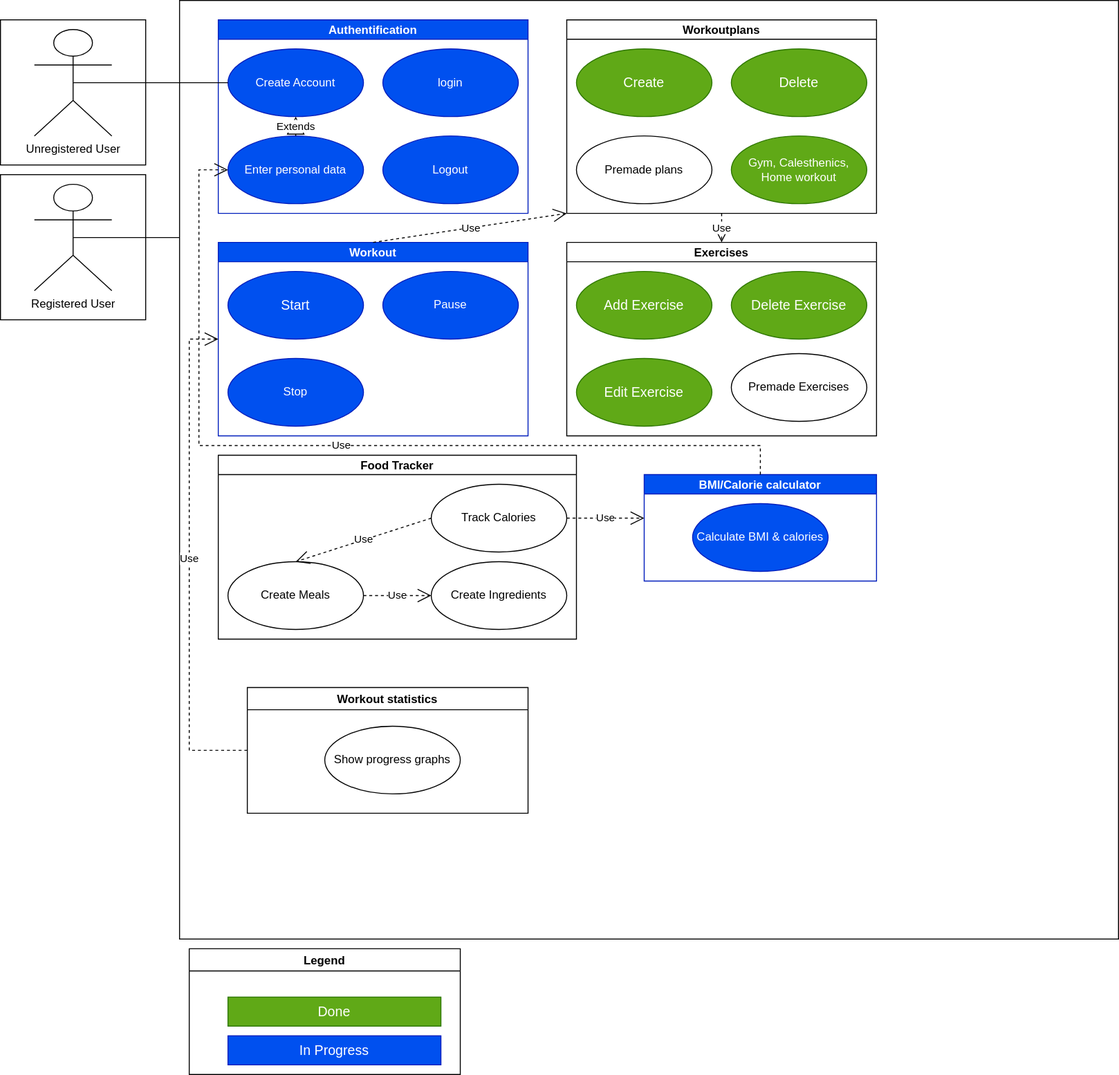
The draw.io diagram UseCases/Overall_Use_Case_Diagram.drawio.svg in willizielke/FitnessWebAppDocumentation, before a commit. Source tidied: cells renumbered, new cells last; positions are measured from the earlier drawing's top-left corner, leaving out a move shared by most shapes.
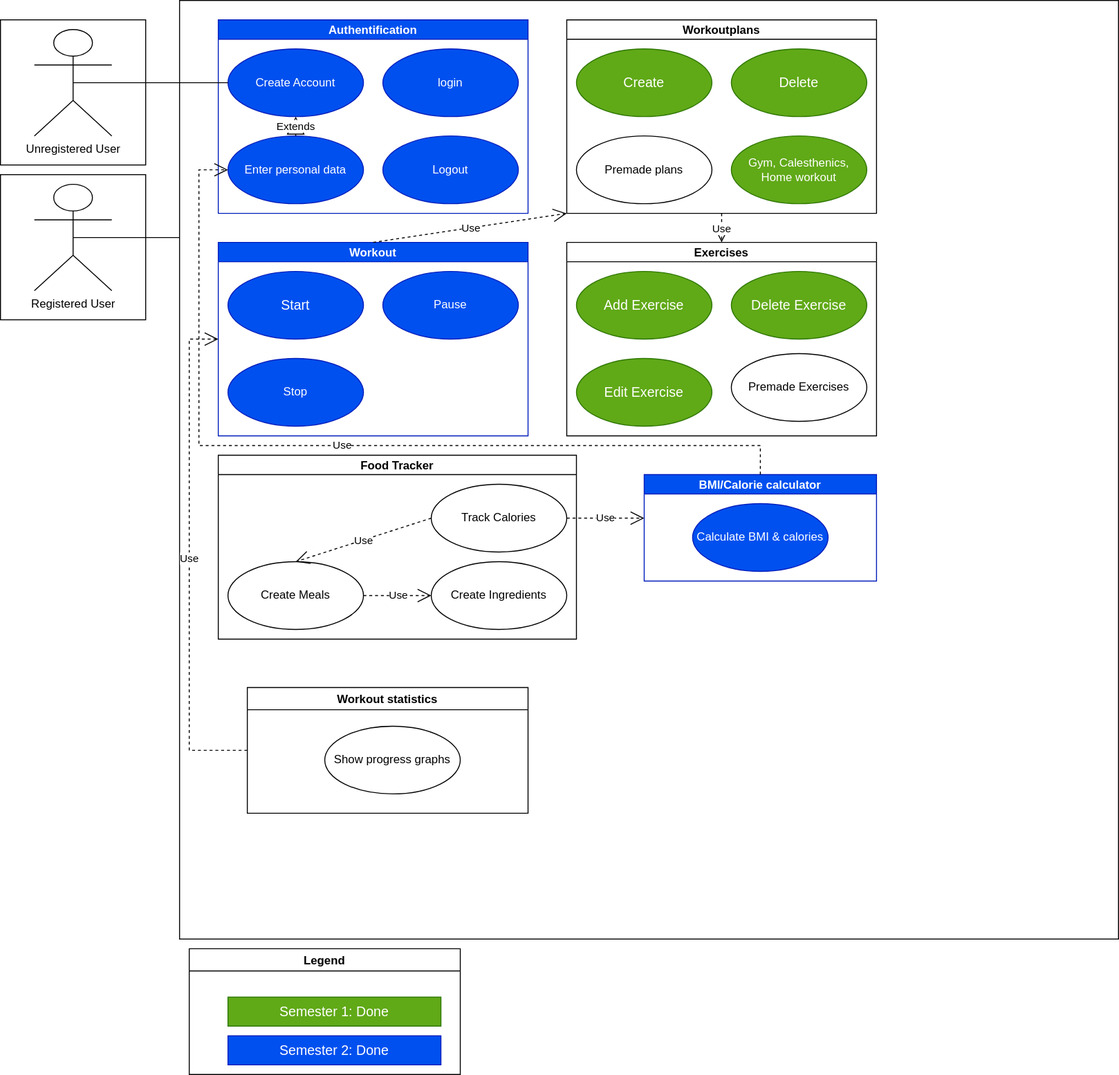
Later version of the same file.

Commit message:
OUCD and XLSX Time Spent per UC updated

Change to the diagram source:
```diff
@@ -132,7 +132,7 @@
     <mxCell id="41" value="Legend" style="swimlane;" parent="1" vertex="1">
       <mxGeometry x="195" y="980" width="280" height="130" as="geometry" />
     </mxCell>
-    <mxCell id="42" value="&lt;span style=&quot;font-size: 14px;&quot;&gt;In Progress&lt;/span&gt;" style="text;html=1;strokeColor=#001DBC;fillColor=#0050ef;align=center;verticalAlign=middle;whiteSpace=wrap;rounded=0;fontColor=#ffffff;" parent="41" vertex="1">
+    <mxCell id="42" value="&lt;span style=&quot;font-size: 14px;&quot;&gt;Semester 2: Done&lt;/span&gt;" style="text;html=1;strokeColor=#001DBC;fillColor=#0050ef;align=center;verticalAlign=middle;whiteSpace=wrap;rounded=0;fontColor=#ffffff;" parent="41" vertex="1">
       <mxGeometry x="40" y="90" width="220" height="30" as="geometry" />
     </mxCell>
     <mxCell id="43" value="Workout statistics" style="swimlane;" parent="1" vertex="1">
@@ -149,7 +149,7 @@
         </Array>
       </mxGeometry>
     </mxCell>
-    <mxCell id="46" value="&lt;font style=&quot;font-size: 14px&quot;&gt;Done&lt;/font&gt;" style="text;html=1;strokeColor=#2D7600;fillColor=#60a917;align=center;verticalAlign=middle;whiteSpace=wrap;rounded=0;fontColor=#ffffff;" parent="1" vertex="1">
+    <mxCell id="46" value="&lt;font style=&quot;font-size: 14px&quot;&gt;Semester 1: Done&lt;/font&gt;" style="text;html=1;strokeColor=#2D7600;fillColor=#60a917;align=center;verticalAlign=middle;whiteSpace=wrap;rounded=0;fontColor=#ffffff;" parent="1" vertex="1">
       <mxGeometry x="235" y="1030" width="220" height="30" as="geometry" />
     </mxCell>
   </root>
```
